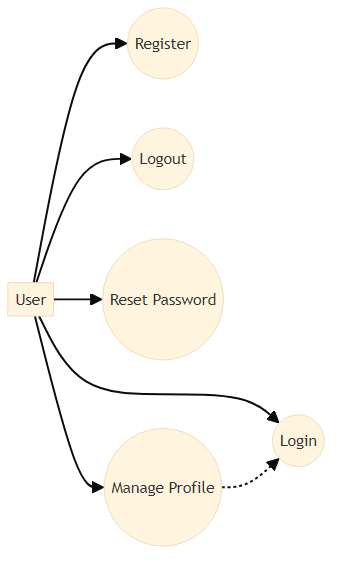
The Mermaid diagram Frontend/diagrams/usecase-auth.png in SoftwareError54/Urban-Botany, before a commit. Its source is kept beside it as Frontend/diagrams/usecase-auth.mmd. Its diagram source:
```mermaid
%%{init:{'theme':'base'}}%%
flowchart LR
  User[User]
  UC_Register((Register))
  UC_Login((Login))
  UC_Logout((Logout))
  UC_ResetPassword((Reset Password))
  UC_ManageProfile((Manage Profile))

  User --> UC_Register
  User --> UC_Login
  User --> UC_Logout
  User --> UC_ResetPassword
  User --> UC_ManageProfile
  UC_ManageProfile -.-> UC_Login
```
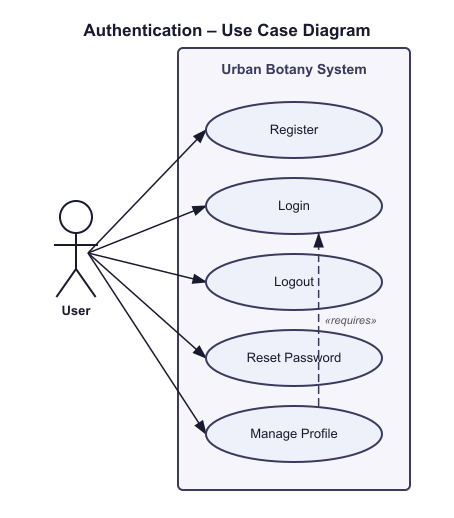
Above is the later version.

Change to the diagram source:
```diff
@@ -1,15 +1,16 @@
 %%{init:{'theme':'base'}}%%
-flowchart LR
-  User[User]
-  UC_Register((Register))
-  UC_Login((Login))
-  UC_Logout((Logout))
-  UC_ResetPassword((Reset Password))
-  UC_ManageProfile((Manage Profile))
-
-  User --> UC_Register
-  User --> UC_Login
-  User --> UC_Logout
-  User --> UC_ResetPassword
-  User --> UC_ManageProfile
-  UC_ManageProfile -.-> UC_Login
+usecaseDiagram
+  actor User
+  rectangle "Urban Botany System" {
+    (Register)
+    (Login)
+    (Logout)
+    (Reset Password)
+    (Manage Profile)
+  }
+  User --> (Register)
+  User --> (Login)
+  User --> (Logout)
+  User --> (Reset Password)
+  User --> (Manage Profile)
+  (Manage Profile) ..> (Login) : requires
```
